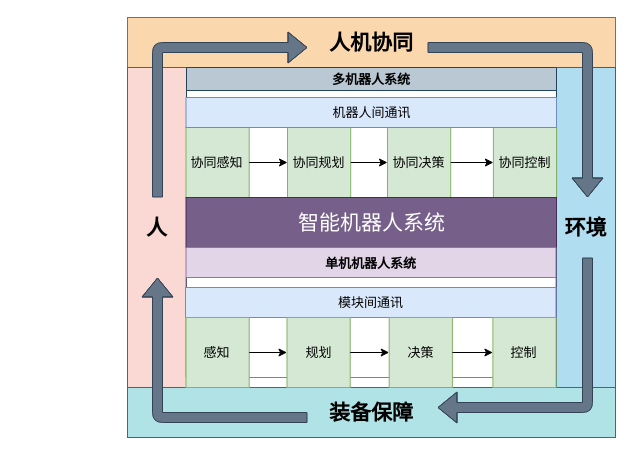
RoboDD/my-flow-chart keeps this draw.io diagram as nudt.drawio. Above is the earlier version. Source tidied: cells renumbered, new cells numbered last; positions are measured from the earlier drawing's top-left corner, leaving out a move shared by most shapes. Both pictures are drawn from the tidied source at 100%, with x=0, y=0 at pixel (127, 17).
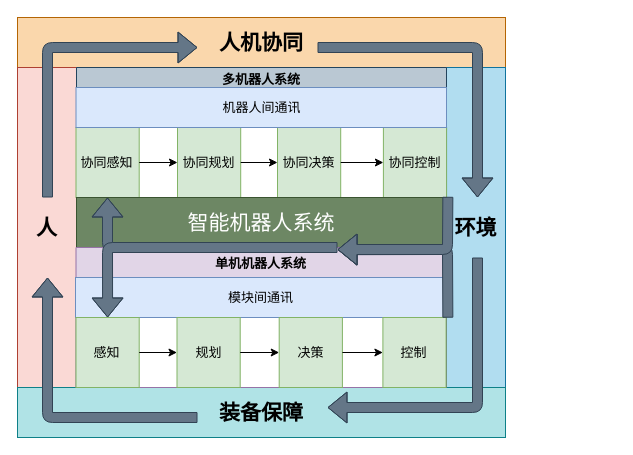
After the change.

Change to the diagram source:
```diff
@@
+    <mxCell id="30" style="group;" parent="1" vertex="1">
+      <mxGeometry x="-110" width="488" height="420" as="geometry" />
+    </mxCell>
-    <mxCell id="2" style="group;" parent="1" vertex="1">
+    <mxCell id="2" style="group;fontFamily=Georgia;" parent="30" vertex="1">
       <mxGeometry width="488" height="420" as="geometry" />
     </mxCell>
-    <mxCell id="3" value="人机协同" style="rounded=0;whiteSpace=wrap;html=1;fillColor=#fad7ac;strokeColor=#b46504;fontSize=21;fontStyle=1;" parent="2" vertex="1">
+    <mxCell id="3" value="人机协同" style="rounded=0;whiteSpace=wrap;html=1;fillColor=#fad7ac;strokeColor=#b46504;fontSize=21;fontStyle=1;fontFamily=Georgia;" parent="2" vertex="1">
       <mxGeometry width="488" height="50" as="geometry" />
     </mxCell>
-    <mxCell id="4" value="环境" style="rounded=0;whiteSpace=wrap;html=1;fillColor=#b1ddf0;strokeColor=#10739e;fontSize=21;fontStyle=1;" parent="2" vertex="1">
+    <mxCell id="4" value="环境" style="rounded=0;whiteSpace=wrap;html=1;fillColor=#b1ddf0;strokeColor=#10739e;fontSize=21;fontStyle=1;fontFamily=Georgia;" parent="2" vertex="1">
       <mxGeometry x="429" y="50" width="59" height="320" as="geometry" />
     </mxCell>
-    <mxCell id="5" value="人" style="rounded=0;whiteSpace=wrap;html=1;fillColor=#fad9d5;strokeColor=#ae4132;fontSize=21;fontStyle=1;" parent="2" vertex="1">
+    <mxCell id="5" value="人" style="rounded=0;whiteSpace=wrap;html=1;fillColor=#fad9d5;strokeColor=#ae4132;fontSize=21;fontStyle=1;fontFamily=Georgia;" parent="2" vertex="1">
       <mxGeometry y="50" width="59" height="320" as="geometry" />
     </mxCell>
-    <mxCell id="6" value="装备保障" style="rounded=0;whiteSpace=wrap;html=1;fillColor=#b0e3e6;strokeColor=#0e8088;fontSize=21;fontStyle=1;" parent="2" vertex="1">
+    <mxCell id="6" value="装备保障" style="rounded=0;whiteSpace=wrap;html=1;fillColor=#b0e3e6;strokeColor=#0e8088;fontSize=21;fontStyle=1;fontFamily=Georgia;" parent="2" vertex="1">
       <mxGeometry y="370" width="488" height="50" as="geometry" />
     </mxCell>
-    <mxCell id="7" value="多机器人系统" style="swimlane;fillColor=#bac8d3;strokeColor=#23445d;fontSize=13;" parent="2" vertex="1">
-      <mxGeometry x="59" y="50" width="370" height="310" as="geometry" />
+    <mxCell id="7" value="多机器人系统" style="swimlane;fillColor=#bac8d3;strokeColor=#23445d;fontSize=13;fontFamily=Georgia;" parent="2" vertex="1">
+      <mxGeometry x="59" y="50" width="370" height="320" as="geometry" />
     </mxCell>
-    <mxCell id="8" value="协同感知" style="rounded=0;whiteSpace=wrap;html=1;fillColor=#d5e8d4;strokeColor=#82b366;fontSize=13;" parent="7" vertex="1">
+    <mxCell id="8" value="协同感知" style="rounded=0;whiteSpace=wrap;html=1;fillColor=#d5e8d4;strokeColor=#82b366;fontSize=13;fontFamily=Georgia;" parent="7" vertex="1">
       <mxGeometry x="-0.5" y="60" width="63.2" height="70" as="geometry" />
     </mxCell>
-    <mxCell id="9" value="协同规划" style="rounded=0;whiteSpace=wrap;html=1;fillColor=#d5e8d4;strokeColor=#82b366;fontSize=13;" parent="7" vertex="1">
+    <mxCell id="9" value="协同规划" style="rounded=0;whiteSpace=wrap;html=1;fillColor=#d5e8d4;strokeColor=#82b366;fontSize=13;fontFamily=Georgia;" parent="7" vertex="1">
       <mxGeometry x="101" y="60" width="63.2" height="70" as="geometry" />
     </mxCell>
-    <mxCell id="10" style="edgeStyle=orthogonalEdgeStyle;rounded=0;jettySize=auto;html=1;exitX=1;exitY=0.5;exitDx=0;exitDy=0;entryX=0;entryY=0.5;entryDx=0;entryDy=0;fontSize=13;" parent="7" edge="1" source="8" target="9">
+    <mxCell id="10" style="edgeStyle=orthogonalEdgeStyle;rounded=0;jettySize=auto;html=1;exitX=1;exitY=0.5;exitDx=0;exitDy=0;entryX=0;entryY=0.5;entryDx=0;entryDy=0;fontSize=13;fontFamily=Georgia;" parent="7" edge="1" source="8" target="9">
       <mxGeometry x="340" y="100" as="geometry" />
     </mxCell>
-    <mxCell id="11" value="协同决策" style="rounded=0;whiteSpace=wrap;html=1;fillColor=#d5e8d4;strokeColor=#82b366;fontSize=13;" parent="7" vertex="1">
+    <mxCell id="11" value="协同决策" style="rounded=0;whiteSpace=wrap;html=1;fillColor=#d5e8d4;strokeColor=#82b366;fontSize=13;fontFamily=Georgia;" parent="7" vertex="1">
       <mxGeometry x="201" y="60" width="63.2" height="70" as="geometry" />
     </mxCell>
-    <mxCell id="12" style="edgeStyle=orthogonalEdgeStyle;rounded=0;jettySize=auto;html=1;exitX=1;exitY=0.5;exitDx=0;exitDy=0;entryX=0;entryY=0.5;entryDx=0;entryDy=0;fontSize=13;" parent="7" edge="1" source="9" target="11">
+    <mxCell id="12" style="edgeStyle=orthogonalEdgeStyle;rounded=0;jettySize=auto;html=1;exitX=1;exitY=0.5;exitDx=0;exitDy=0;entryX=0;entryY=0.5;entryDx=0;entryDy=0;fontSize=13;fontFamily=Georgia;" parent="7" edge="1" source="9" target="11">
       <mxGeometry x="340" y="100" as="geometry" />
     </mxCell>
-    <mxCell id="13" value="协同控制" style="rounded=0;whiteSpace=wrap;html=1;fillColor=#d5e8d4;strokeColor=#82b366;fontSize=13;" parent="7" vertex="1">
+    <mxCell id="13" value="协同控制" style="rounded=0;whiteSpace=wrap;html=1;fillColor=#d5e8d4;strokeColor=#82b366;fontSize=13;fontFamily=Georgia;" parent="7" vertex="1">
       <mxGeometry x="306.9" y="60" width="63.2" height="70" as="geometry" />
     </mxCell>
-    <mxCell id="14" style="edgeStyle=orthogonalEdgeStyle;rounded=0;jettySize=auto;html=1;exitX=1;exitY=0.5;exitDx=0;exitDy=0;entryX=0;entryY=0.5;entryDx=0;entryDy=0;fontSize=13;" parent="7" edge="1" source="11" target="13">
+    <mxCell id="14" style="edgeStyle=orthogonalEdgeStyle;rounded=0;jettySize=auto;html=1;exitX=1;exitY=0.5;exitDx=0;exitDy=0;entryX=0;entryY=0.5;entryDx=0;entryDy=0;fontSize=13;fontFamily=Georgia;" parent="7" edge="1" source="11" target="13">
       <mxGeometry x="340" y="100" as="geometry" />
     </mxCell>
-    <mxCell id="15" value="机器人间通讯" style="rounded=0;whiteSpace=wrap;html=1;fillColor=#dae8fc;strokeColor=#6c8ebf;fontSize=13;" parent="7" vertex="1">
-      <mxGeometry x="-0.5" y="30" width="370.5" height="30" as="geometry" />
+    <mxCell id="15" value="机器人间通讯" style="rounded=0;whiteSpace=wrap;html=1;fillColor=#dae8fc;strokeColor=#6c8ebf;fontSize=13;fontFamily=Georgia;" parent="7" vertex="1">
+      <mxGeometry x="-0.5" y="20" width="370.5" height="40" as="geometry" />
     </mxCell>
-    <mxCell id="16" value="智能机器人系统" style="rounded=0;whiteSpace=wrap;html=1;fontSize=21;fillColor=#76608a;strokeColor=#432D57;fontColor=#ffffff;" parent="7" vertex="1">
-      <mxGeometry x="-0.5" y="130" width="370.5" height="50" as="geometry" />
+    <mxCell id="16" value="智能机器人系统" style="rounded=0;whiteSpace=wrap;html=1;fontSize=21;fillColor=#6d8764;strokeColor=#3A5431;fontColor=#ffffff;fontFamily=Georgia;" parent="7" vertex="1">
+      <mxGeometry y="130" width="370" height="50" as="geometry" />
     </mxCell>
-    <mxCell id="17" value="单机机器人系统" style="swimlane;fillColor=#e1d5e7;strokeColor=#9673a6;fontSize=13;startSize=30;" parent="7" vertex="1">
-      <mxGeometry x="-0.5" y="180" width="370" height="130" as="geometry" />
+    <mxCell id="17" value="单机机器人系统" style="swimlane;fillColor=#e1d5e7;strokeColor=#9673a6;fontSize=13;startSize=30;fontFamily=Georgia;" parent="7" vertex="1">
+      <mxGeometry x="-0.5" y="180" width="370" height="140" as="geometry" />
     </mxCell>
-    <mxCell id="18" value="模块间通讯" style="rounded=0;whiteSpace=wrap;html=1;fillColor=#dae8fc;strokeColor=#6c8ebf;fontSize=13;" parent="17" vertex="1">
-      <mxGeometry x="-0.5" y="40" width="370.5" height="30" as="geometry" />
+    <mxCell id="18" value="模块间通讯" style="rounded=0;whiteSpace=wrap;html=1;fillColor=#dae8fc;strokeColor=#6c8ebf;fontSize=13;fontFamily=Georgia;" parent="17" vertex="1">
+      <mxGeometry x="-0.5" y="30" width="370.5" height="40" as="geometry" />
     </mxCell>
-    <mxCell id="19" value="感知" style="rounded=0;whiteSpace=wrap;html=1;fillColor=#d5e8d4;strokeColor=#82b366;fontSize=13;" parent="17" vertex="1">
+    <mxCell id="19" value="感知" style="rounded=0;whiteSpace=wrap;html=1;fillColor=#d5e8d4;strokeColor=#82b366;fontSize=13;fontFamily=Georgia;" parent="17" vertex="1">
       <mxGeometry y="70" width="63.2" height="70" as="geometry" />
     </mxCell>
-    <mxCell id="20" value="规划" style="rounded=0;whiteSpace=wrap;html=1;fillColor=#d5e8d4;strokeColor=#82b366;fontSize=13;" parent="17" vertex="1">
+    <mxCell id="20" value="规划" style="rounded=0;whiteSpace=wrap;html=1;fillColor=#d5e8d4;strokeColor=#82b366;fontSize=13;fontFamily=Georgia;" parent="17" vertex="1">
       <mxGeometry x="101" y="70" width="63.2" height="70" as="geometry" />
     </mxCell>
-    <mxCell id="21" style="edgeStyle=orthogonalEdgeStyle;rounded=0;jettySize=auto;html=1;exitX=1;exitY=0.5;exitDx=0;exitDy=0;entryX=0;entryY=0.5;entryDx=0;entryDy=0;fontSize=13;" parent="17" edge="1" source="19" target="20">
+    <mxCell id="21" style="edgeStyle=orthogonalEdgeStyle;rounded=0;jettySize=auto;html=1;exitX=1;exitY=0.5;exitDx=0;exitDy=0;entryX=0;entryY=0.5;entryDx=0;entryDy=0;fontSize=13;fontFamily=Georgia;" parent="17" edge="1" source="19" target="20">
       <mxGeometry x="40" y="30" as="geometry" />
     </mxCell>
-    <mxCell id="22" value="决策" style="rounded=0;whiteSpace=wrap;html=1;fillColor=#d5e8d4;strokeColor=#82b366;fontSize=13;" parent="17" vertex="1">
+    <mxCell id="22" value="决策" style="rounded=0;whiteSpace=wrap;html=1;fillColor=#d5e8d4;strokeColor=#82b366;fontSize=13;fontFamily=Georgia;" parent="17" vertex="1">
       <mxGeometry x="203.2" y="70" width="63.2" height="70" as="geometry" />
     </mxCell>
-    <mxCell id="23" style="edgeStyle=orthogonalEdgeStyle;rounded=0;jettySize=auto;html=1;exitX=1;exitY=0.5;exitDx=0;exitDy=0;entryX=0;entryY=0.5;entryDx=0;entryDy=0;fontSize=13;" parent="17" edge="1" source="20" target="22">
+    <mxCell id="23" style="edgeStyle=orthogonalEdgeStyle;rounded=0;jettySize=auto;html=1;exitX=1;exitY=0.5;exitDx=0;exitDy=0;entryX=0;entryY=0.5;entryDx=0;entryDy=0;fontSize=13;fontFamily=Georgia;" parent="17" edge="1" source="20" target="22">
       <mxGeometry x="40" y="30" as="geometry" />
     </mxCell>
-    <mxCell id="24" value="控制" style="rounded=0;whiteSpace=wrap;html=1;fillColor=#d5e8d4;strokeColor=#82b366;fontSize=13;" parent="17" vertex="1">
+    <mxCell id="24" value="控制" style="rounded=0;whiteSpace=wrap;html=1;fillColor=#d5e8d4;strokeColor=#82b366;fontSize=13;fontFamily=Georgia;" parent="17" vertex="1">
       <mxGeometry x="306.9" y="70" width="63.2" height="70" as="geometry" />
     </mxCell>
-    <mxCell id="25" style="edgeStyle=orthogonalEdgeStyle;rounded=0;jettySize=auto;html=1;exitX=1;exitY=0.5;exitDx=0;exitDy=0;entryX=0;entryY=0.5;entryDx=0;entryDy=0;fontSize=13;" parent="17" edge="1" source="22" target="24">
+    <mxCell id="25" style="edgeStyle=orthogonalEdgeStyle;rounded=0;jettySize=auto;html=1;exitX=1;exitY=0.5;exitDx=0;exitDy=0;entryX=0;entryY=0.5;entryDx=0;entryDy=0;fontSize=13;fontFamily=Georgia;" parent="17" edge="1" source="22" target="24">
       <mxGeometry x="40" y="30" as="geometry" />
     </mxCell>
+    <mxCell id="31" style="shape=flexArrow;endArrow=classic;html=1;fontSize=21;fillColor=#647687;strokeColor=#314354;entryX=0.62;entryY=0.009;entryDx=0;entryDy=0;entryPerimeter=0;fontFamily=Georgia;exitX=0.023;exitY=0.782;exitDx=0;exitDy=0;exitPerimeter=0;" parent="17" edge="1" source="4">
+      <mxGeometry relative="1" as="geometry">
+        <mxPoint x="261.5" y="2.2" as="targetPoint" />
+        <Array as="points">
+          <mxPoint x="371.5" y="2" />
+        </Array>
+      </mxGeometry>
+    </mxCell>
+    <mxCell id="32" style="shape=flexArrow;endArrow=classic;html=1;fontSize=21;fillColor=#647687;strokeColor=#314354;entryX=0.62;entryY=0.009;entryDx=0;entryDy=0;entryPerimeter=0;fontFamily=Georgia;exitX=0.023;exitY=0.404;exitDx=0;exitDy=0;exitPerimeter=0;" parent="17" edge="1" source="4">
+      <mxGeometry relative="1" as="geometry">
+        <mxPoint x="261.5" y="2" as="targetPoint" />
+        <Array as="points">
+          <mxPoint x="371.5" y="2" />
+        </Array>
+      </mxGeometry>
+    </mxCell>
+    <mxCell id="33" style="shape=flexArrow;endArrow=classic;html=1;fontSize=21;fillColor=#647687;strokeColor=#314354;fontFamily=Georgia;" parent="7" edge="1">
+      <mxGeometry relative="1" as="geometry">
+        <mxPoint x="141" y="180" as="sourcePoint" />
+        <mxPoint x="31" y="130" as="targetPoint" />
+        <Array as="points">
+          <mxPoint x="31" y="180" />
+        </Array>
+      </mxGeometry>
+    </mxCell>
+    <mxCell id="34" style="shape=flexArrow;endArrow=classic;html=1;fontSize=21;fillColor=#647687;strokeColor=#314354;entryX=0.5;entryY=0;entryDx=0;entryDy=0;fontFamily=Georgia;" parent="2" edge="1" target="19">
+      <mxGeometry relative="1" as="geometry">
+        <mxPoint x="320" y="230" as="sourcePoint" />
+        <Array as="points">
+          <mxPoint x="90" y="230" />
+        </Array>
+      </mxGeometry>
+    </mxCell>
-    <mxCell id="26" style="shape=flexArrow;endArrow=classic;html=1;fontSize=21;fillColor=#647687;strokeColor=#314354;" parent="1" edge="1">
-      <mxGeometry x="150" y="40" as="geometry">
+    <mxCell id="26" style="shape=flexArrow;endArrow=classic;html=1;fontSize=21;fillColor=#647687;strokeColor=#314354;fontFamily=Georgia;" parent="30" edge="1">
+      <mxGeometry as="geometry">
         <mxPoint x="30" y="180" as="sourcePoint" />
         <mxPoint x="180" y="30" as="targetPoint" />
         <Array as="points">
           <mxPoint x="30" y="30" />
         </Array>
       </mxGeometry>
     </mxCell>
-    <mxCell id="27" style="shape=flexArrow;endArrow=classic;html=1;fontSize=21;fillColor=#647687;strokeColor=#314354;" parent="1" edge="1">
-      <mxGeometry x="150" y="40" as="geometry">
+    <mxCell id="27" style="shape=flexArrow;endArrow=classic;html=1;fontSize=21;fillColor=#647687;strokeColor=#314354;fontFamily=Georgia;" parent="30" edge="1">
+      <mxGeometry as="geometry">
         <mxPoint x="300" y="30" as="sourcePoint" />
         <mxPoint x="460" y="180" as="targetPoint" />
         <Array as="points">
           <mxPoint x="460" y="30" />
         </Array>
       </mxGeometry>
     </mxCell>
-    <mxCell id="28" style="shape=flexArrow;endArrow=classic;html=1;fontSize=21;fillColor=#647687;strokeColor=#314354;" parent="1" edge="1">
-      <mxGeometry x="150" y="40" as="geometry">
+    <mxCell id="28" style="shape=flexArrow;endArrow=classic;html=1;fontSize=21;fillColor=#647687;strokeColor=#314354;fontFamily=Georgia;" parent="30" edge="1">
+      <mxGeometry as="geometry">
         <mxPoint x="460" y="240" as="sourcePoint" />
         <mxPoint x="310" y="390" as="targetPoint" />
         <Array as="points">
           <mxPoint x="460" y="390" />
         </Array>
       </mxGeometry>
     </mxCell>
-    <mxCell id="29" style="shape=flexArrow;endArrow=classic;html=1;fontSize=21;fillColor=#647687;strokeColor=#314354;" parent="1" edge="1">
-      <mxGeometry x="150" y="40" as="geometry">
+    <mxCell id="29" style="shape=flexArrow;endArrow=classic;html=1;fontSize=21;fillColor=#647687;strokeColor=#314354;fontFamily=Georgia;" parent="30" edge="1">
+      <mxGeometry as="geometry">
         <mxPoint x="180" y="400" as="sourcePoint" />
         <mxPoint x="30" y="260" as="targetPoint" />
         <Array as="points">
           <mxPoint x="30" y="400" />
         </Array>
       </mxGeometry>
     </mxCell>
```
